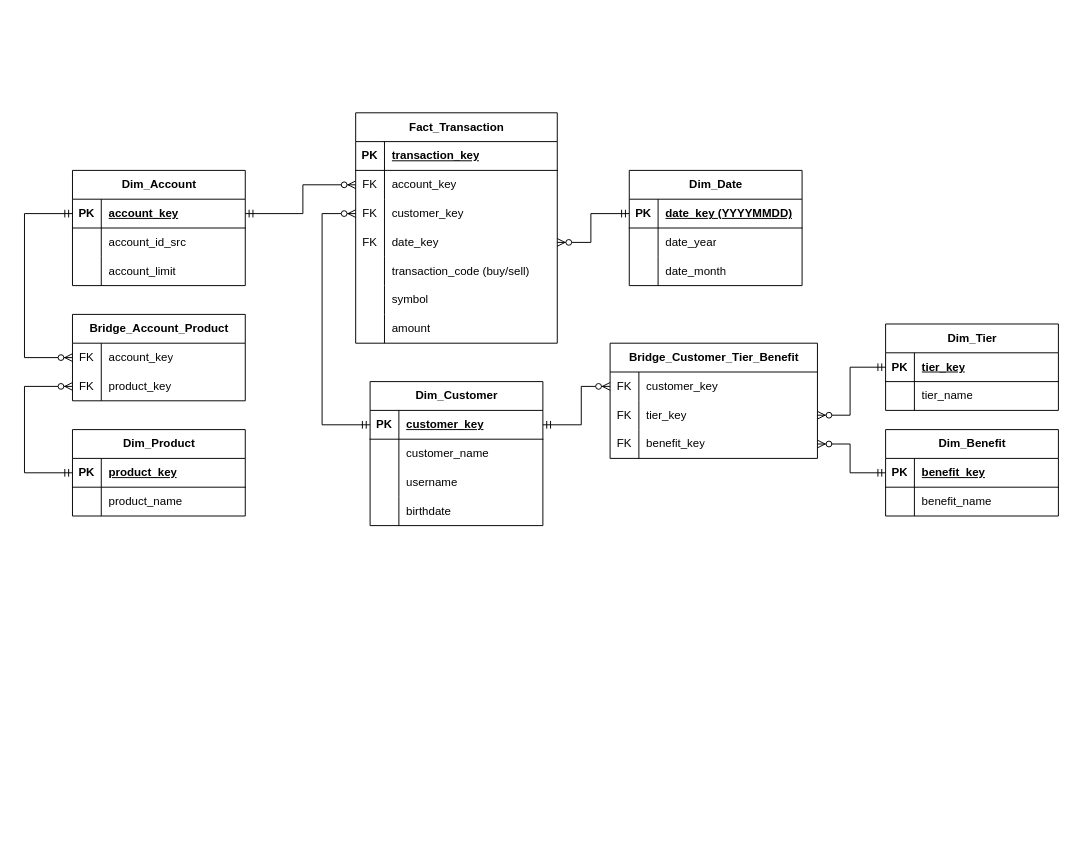
isk4/ejercicio-data-jr keeps this draw.io diagram as docs/diagrama_dw.drawio. Above is the earlier version. Source tidied: cells renumbered, new cells numbered last; positions are measured from the earlier drawing's top-left corner, leaving out a move shared by most shapes. Both pictures are drawn from the tidied source at 96%, with x=0, y=0 at pixel (24, 112).
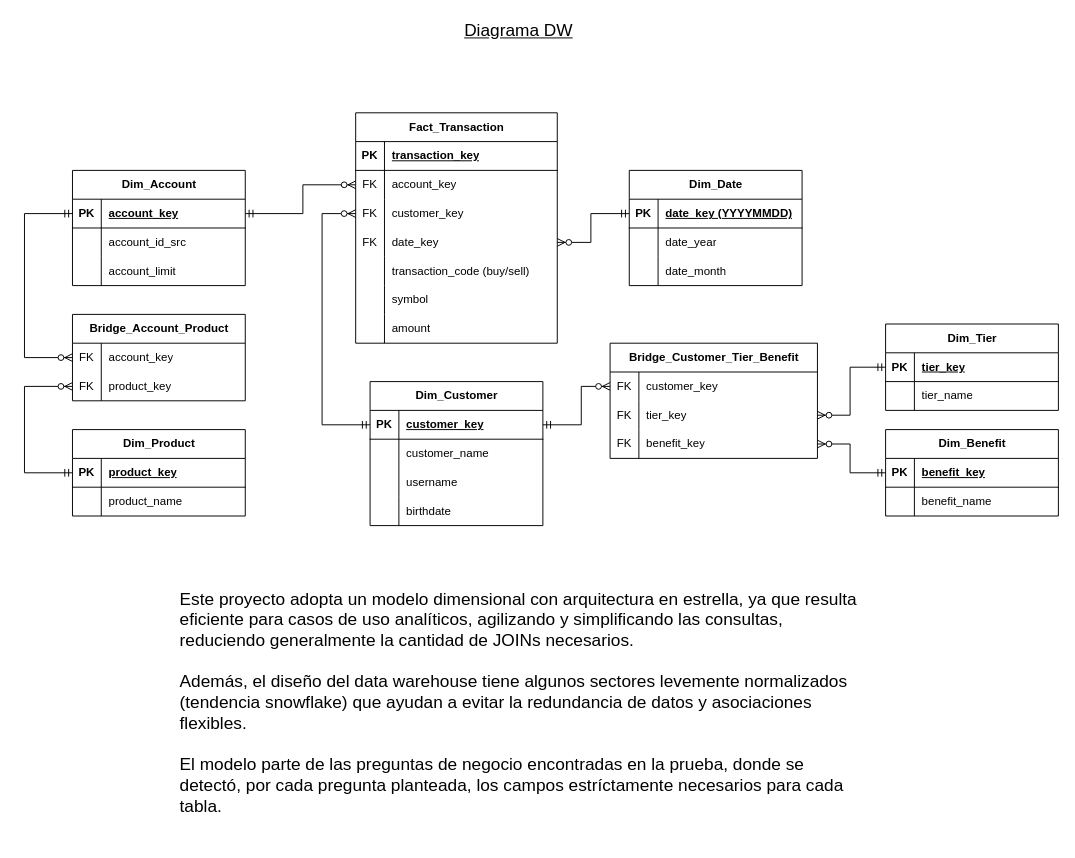
After the change.

Commit message (it also covers changes not shown here):
Add reasoning behind model's design choice

Change to the diagram source:
```diff
@@
+    <mxCell id="103" value="Este proyecto adopta un modelo dimensional con arquitectura en estrella, ya que resulta eficiente para casos de uso analíticos, agilizando y simplificando las consultas, reduciendo generalmente la cantidad de JOINs necesarios.&lt;div&gt;&lt;br&gt;Además, el diseño del data warehouse tiene algunos sectores levemente normalizados (tendencia snowflake) que ayudan a evitar la redundancia de datos y asociaciones flexibles.&lt;div&gt;&lt;br&gt;El modelo parte de las preguntas de negocio encontradas en la prueba, donde se detectó, por cada pregunta planteada, los campos estríctamente necesarios para cada tabla.&lt;/div&gt;&lt;/div&gt;" style="text;html=1;align=left;verticalAlign=middle;whiteSpace=wrap;rounded=0;fontSize=18;labelPosition=center;verticalLabelPosition=middle;" parent="1" vertex="1">
+      <mxGeometry x="160" y="470" width="710" height="290" as="geometry" />
+    </mxCell>
+    <mxCell id="104" value="Diagrama DW" style="text;html=1;align=center;verticalAlign=middle;whiteSpace=wrap;rounded=0;fontSize=18;fontStyle=4;" parent="1" vertex="1">
+      <mxGeometry x="445" y="-100" width="140" height="30" as="geometry" />
+    </mxCell>
```
